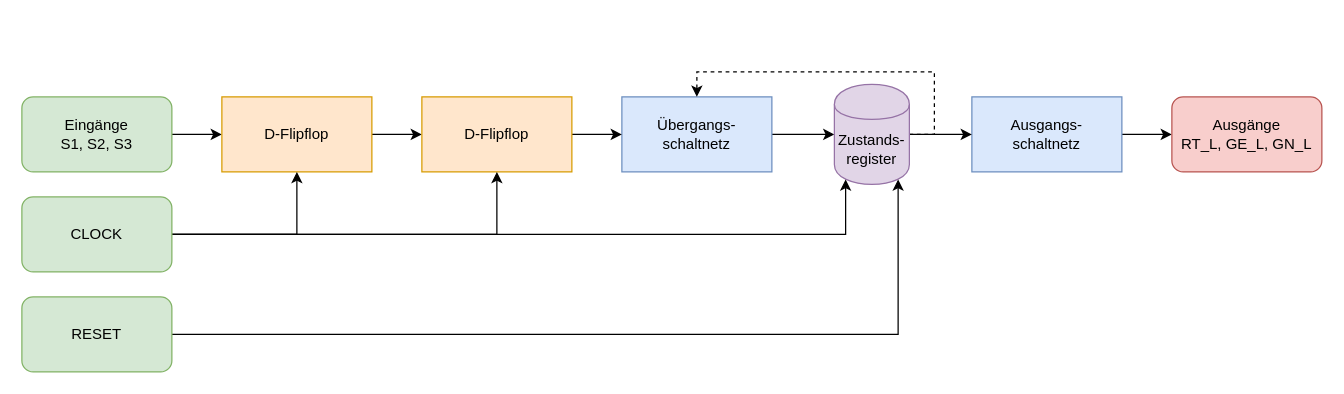
Before: blockschaltbild.drawio in LowOrbitIonCannon/DIP3, a draw.io diagram. Source tidied: cells renumbered, new cells numbered last; positions are measured from the earlier drawing's top-left corner, leaving out a move shared by most shapes. Both pictures are drawn from the tidied source at 125%, with x=0, y=0 at pixel (21, 71).
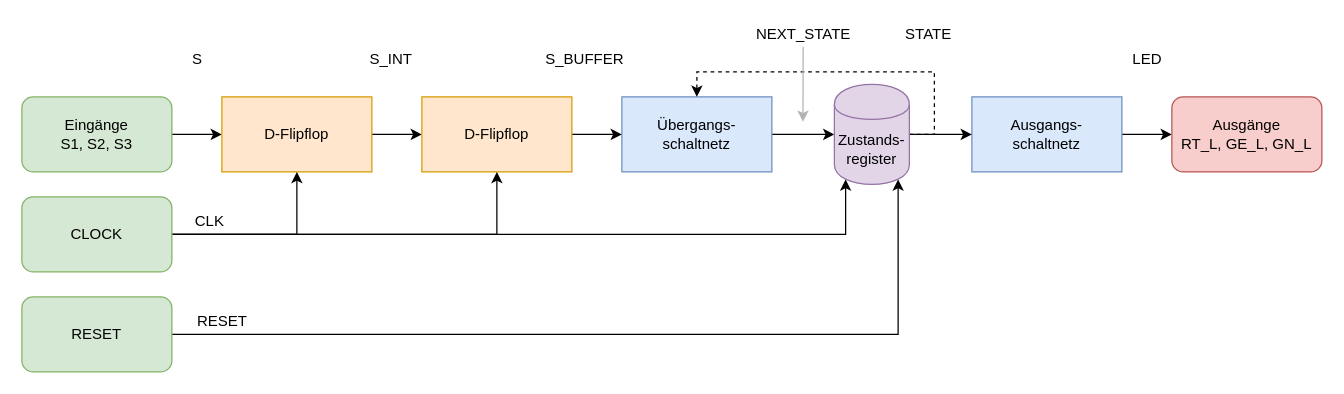
The same diagram, later.

Diff of the diagram source:
```diff
@@
+    <mxCell id="22" value="S" style="text;html=1;align=center;verticalAlign=middle;" parent="1" vertex="1">
+      <mxGeometry x="130" y="-20" width="20" height="20" as="geometry" />
+    </mxCell>
+    <mxCell id="23" value="S_BUFFER" style="text;html=1;align=center;verticalAlign=middle;" parent="1" vertex="1">
+      <mxGeometry x="410" y="-20" width="80" height="20" as="geometry" />
+    </mxCell>
+    <mxCell id="24" value="S_INT" style="text;html=1;align=center;verticalAlign=middle;" parent="1" vertex="1">
+      <mxGeometry x="270" y="-20" width="50" height="20" as="geometry" />
+    </mxCell>
+    <mxCell id="25" value="NEXT_STATE" style="text;html=1;align=center;verticalAlign=middle;" parent="1" vertex="1">
+      <mxGeometry x="580" y="-40" width="90" height="20" as="geometry" />
+    </mxCell>
+    <mxCell id="26" value="STATE" style="text;html=1;align=center;verticalAlign=middle;" parent="1" vertex="1">
+      <mxGeometry x="700" y="-40" width="50" height="20" as="geometry" />
+    </mxCell>
+    <mxCell id="27" value="LED" style="text;html=1;align=center;verticalAlign=middle;" parent="1" vertex="1">
+      <mxGeometry x="880" y="-20" width="40" height="20" as="geometry" />
+    </mxCell>
+    <mxCell id="28" style="endArrow=classic;html=1;strokeColor=#B3B3B3;" parent="1" edge="1">
+      <mxGeometry relative="1" as="geometry">
+        <mxPoint x="625" y="-20" as="sourcePoint" />
+        <mxPoint x="624.9" y="40" as="targetPoint" />
+      </mxGeometry>
+    </mxCell>
+    <mxCell id="29" value="CLK" style="text;html=1;align=center;verticalAlign=middle;" parent="1" vertex="1">
+      <mxGeometry x="130" y="110" width="40" height="20" as="geometry" />
+    </mxCell>
+    <mxCell id="30" value="RESET" style="text;html=1;align=center;verticalAlign=middle;" parent="1" vertex="1">
+      <mxGeometry x="130" y="190" width="60" height="20" as="geometry" />
+    </mxCell>
```
